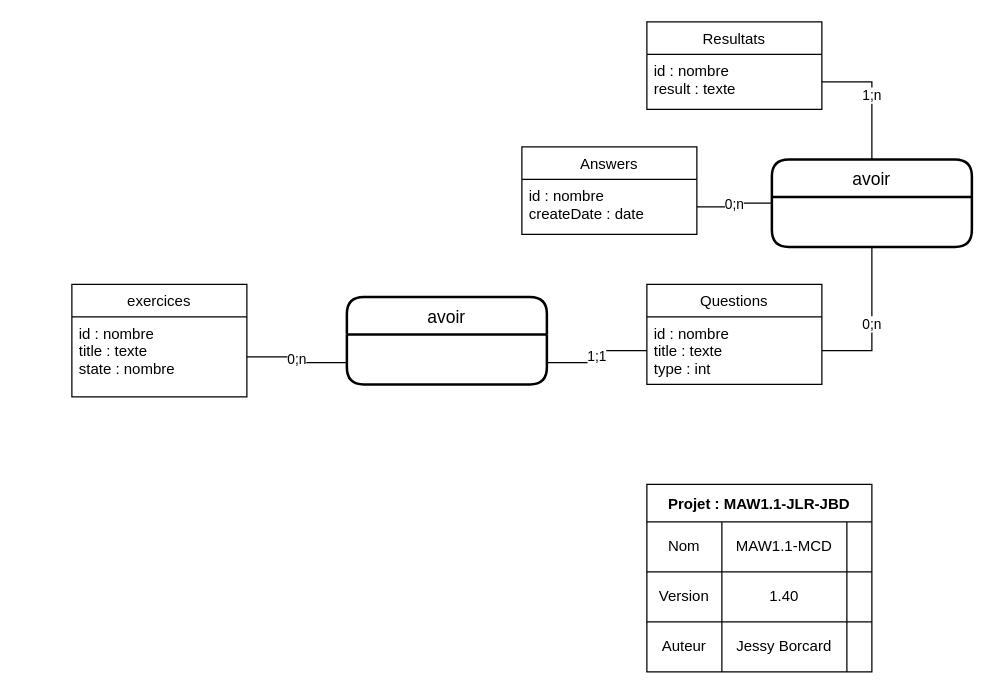
This is Documentation/MAW1.1-MCD.drawio from CPNV-ES/MAW1.1-JLR-JBD, a draw.io file, before an edit. Source tidied: cells renumbered, new cells numbered last; positions are measured from the earlier drawing's top-left corner, leaving out a move shared by most shapes. Both pictures are drawn from the tidied source at 125%, with x=0, y=0 at pixel (71, 21).
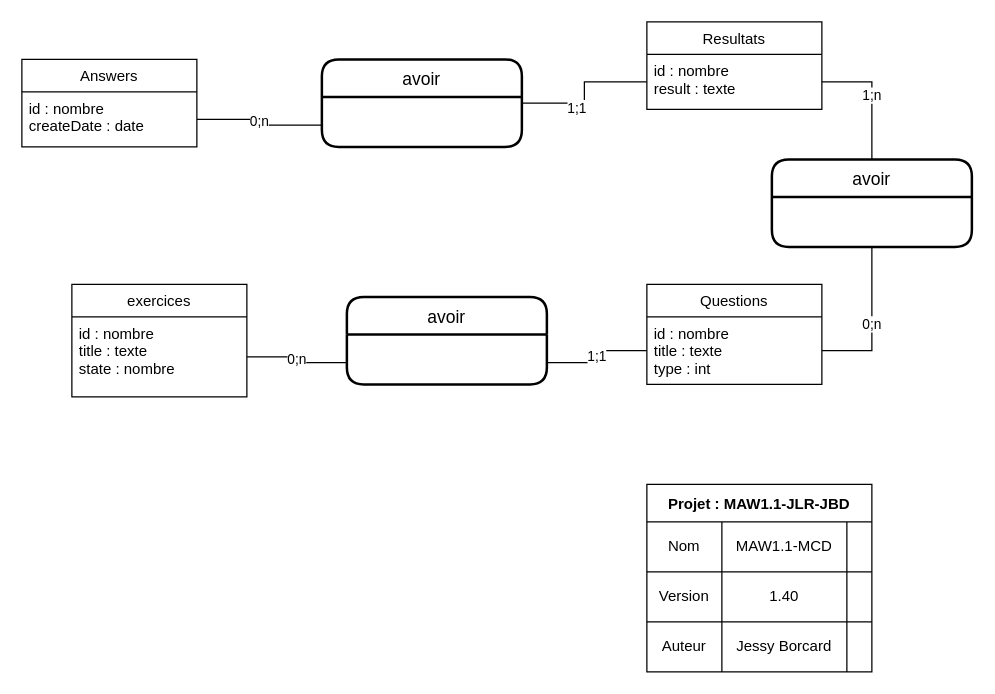
The same page after the edit.

The change refers to these unchanged cells:
```xml
<mxCell id="24" value="avoir" style="swimlane;horizontal=1;startSize=30;rounded=1;fontSize=14;fontStyle=0;strokeWidth=2;shadow=0;dashed=0;align=center;" parent="1" vertex="1">
  <mxGeometry x="560" y="110" width="160" height="70" as="geometry" />
</mxCell>
<mxCell id="26" value="id : nombre&#10;result : texte" style="text;strokeColor=none;fillColor=none;align=left;verticalAlign=top;spacingLeft=4;spacingRight=4;overflow=hidden;points=[[0,0.5],[1,0.5]];portConstraint=eastwest;" parent="1" vertex="1">
  <mxGeometry x="460" y="26" width="140" height="44" as="geometry" />
</mxCell>
<mxCell id="28" value="id : nombre&#10;createDate : date" style="text;strokeColor=none;fillColor=none;align=left;verticalAlign=top;spacingLeft=4;spacingRight=4;overflow=hidden;points=[[0,0.5],[1,0.5]];portConstraint=eastwest;" parent="27" vertex="1">
  <mxGeometry y="26" width="140" height="44" as="geometry" />
</mxCell>
```

Diff of the diagram source:
```diff
@@
     <mxCell id="27" value="Answers" style="swimlane;fontStyle=0;horizontal=1;startSize=26;fillColor=none;" parent="1" vertex="1">
-      <mxGeometry x="360" y="100" width="140" height="70" as="geometry" />
+      <mxGeometry x="-40" y="30" width="140" height="70" as="geometry" />
     </mxCell>
@@
-    <mxCell id="29" value="0;n" style="edgeStyle=orthogonalEdgeStyle;rounded=0;jettySize=auto;html=1;exitX=1;exitY=0.5;exitDx=0;exitDy=0;entryX=0;entryY=0.5;entryDx=0;entryDy=0;endArrow=none;endFill=0;" parent="1" edge="1" source="28" target="24">
+    <mxCell id="29" value="0;n" style="edgeStyle=orthogonalEdgeStyle;rounded=0;jettySize=auto;html=1;exitX=1;exitY=0.5;exitDx=0;exitDy=0;endArrow=none;endFill=0;entryX=0;entryY=0.75;entryDx=0;entryDy=0;" parent="1" edge="1" source="28" target="32">
       <mxGeometry relative="1" as="geometry" />
     </mxCell>
+    <mxCell id="30" style="edgeStyle=orthogonalEdgeStyle;rounded=0;jettySize=auto;html=1;exitX=1;exitY=0.5;exitDx=0;exitDy=0;entryX=0;entryY=0.5;entryDx=0;entryDy=0;endArrow=none;endFill=0;" parent="1" edge="1" source="32" target="26">
+      <mxGeometry relative="1" as="geometry" />
+    </mxCell>
+    <mxCell id="31" value="1;1" style="edgeLabel;html=1;align=center;verticalAlign=middle;" parent="30" vertex="1">
+      <mxGeometry x="-0.27" y="-3" relative="1" as="geometry" />
+    </mxCell>
+    <mxCell id="32" value="avoir" style="swimlane;horizontal=1;startSize=30;rounded=1;fontSize=14;fontStyle=0;strokeWidth=2;shadow=0;dashed=0;align=center;" parent="1" vertex="1">
+      <mxGeometry x="200" y="30" width="160" height="70" as="geometry" />
+    </mxCell>
```
